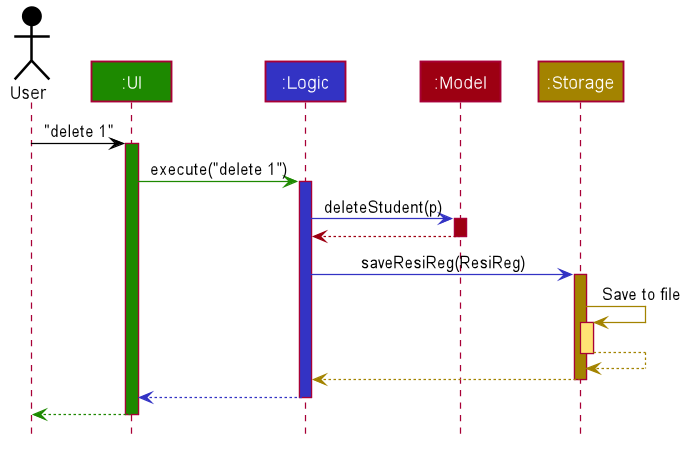
The PlantUML diagram docs/images/ArchitectureSequenceDiagram.png in nus-cs2103-AY2021S1/tp, before a commit.
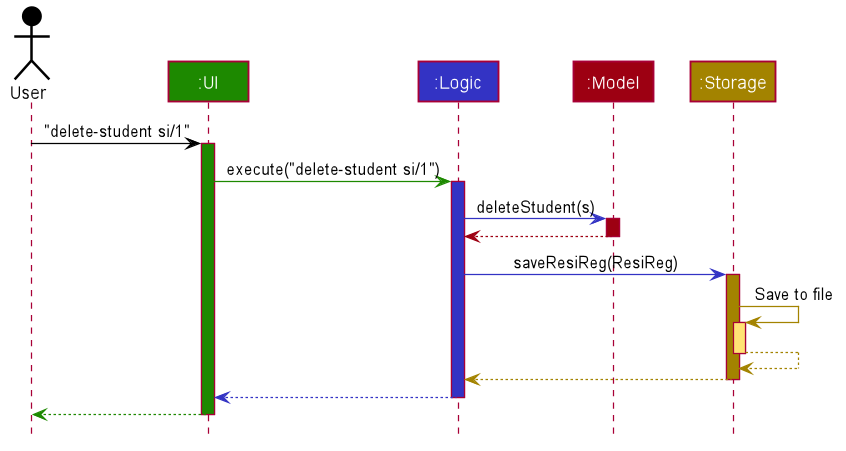
Later version of the same file.

Commit message:
Fix sequence diagram for delete-student and update PPP

Diff of the diagram source:
```diff
@@ -54,13 +54,13 @@
 Participant ":Model" as model #9D0012
 Participant ":Storage" as storage #A38300
 
-user -[#000000]> ui : "delete 1"
+user -[#000000]> ui : "delete-student si/1"
 activate ui #1D8900
 
-ui -[#1D8900]> logic : execute("delete 1")
+ui -[#1D8900]> logic : execute("delete-student si/1")
 activate logic #3333C4
 
-logic -[#3333C4]> model : deleteStudent(p)
+logic -[#3333C4]> model : deleteStudent(s)
 activate model #9D0012
 
 model -[#9D0012]-> logic
```
